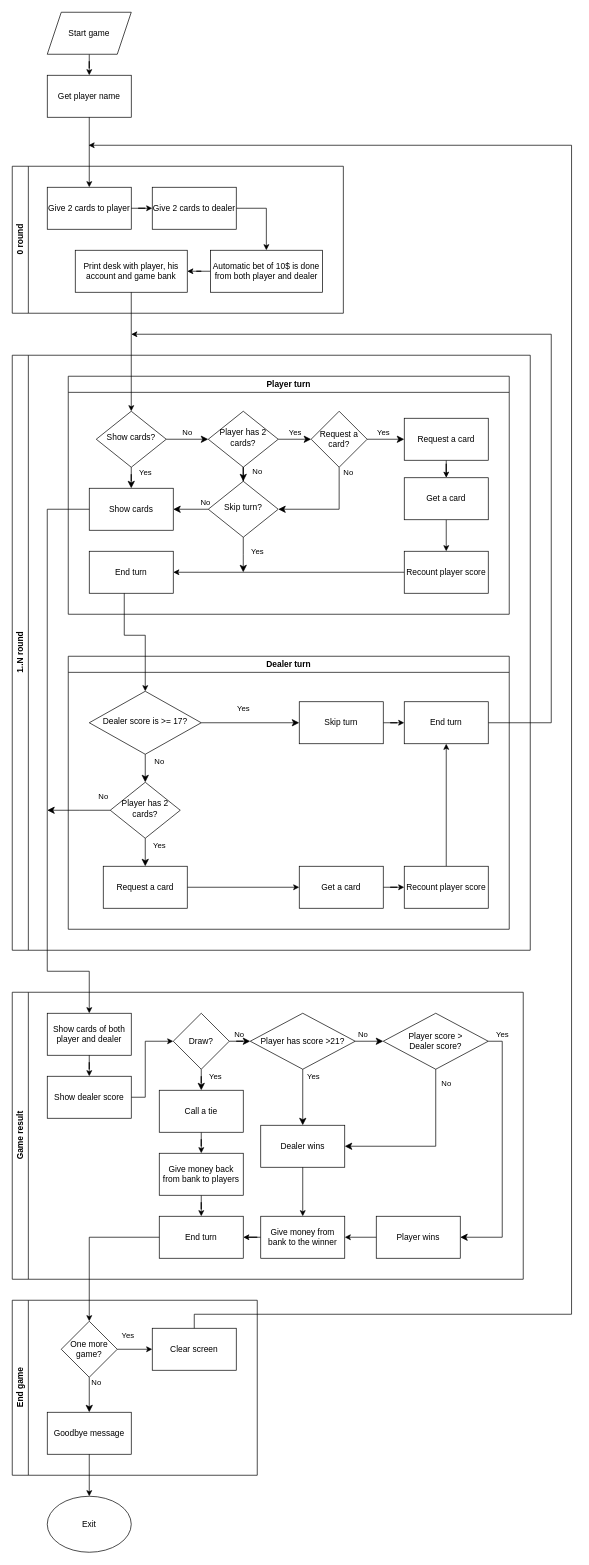
This is Diagrams/Game_flow.drawio from PrimusInterPares/BlackJack-game, a draw.io file, before an edit. Source tidied: cells renumbered, new cells numbered last; positions are measured from the earlier drawing's top-left corner, leaving out a move shared by most shapes. Both pictures are drawn from the tidied source at 70%, with x=0, y=0 at pixel (12, 12).
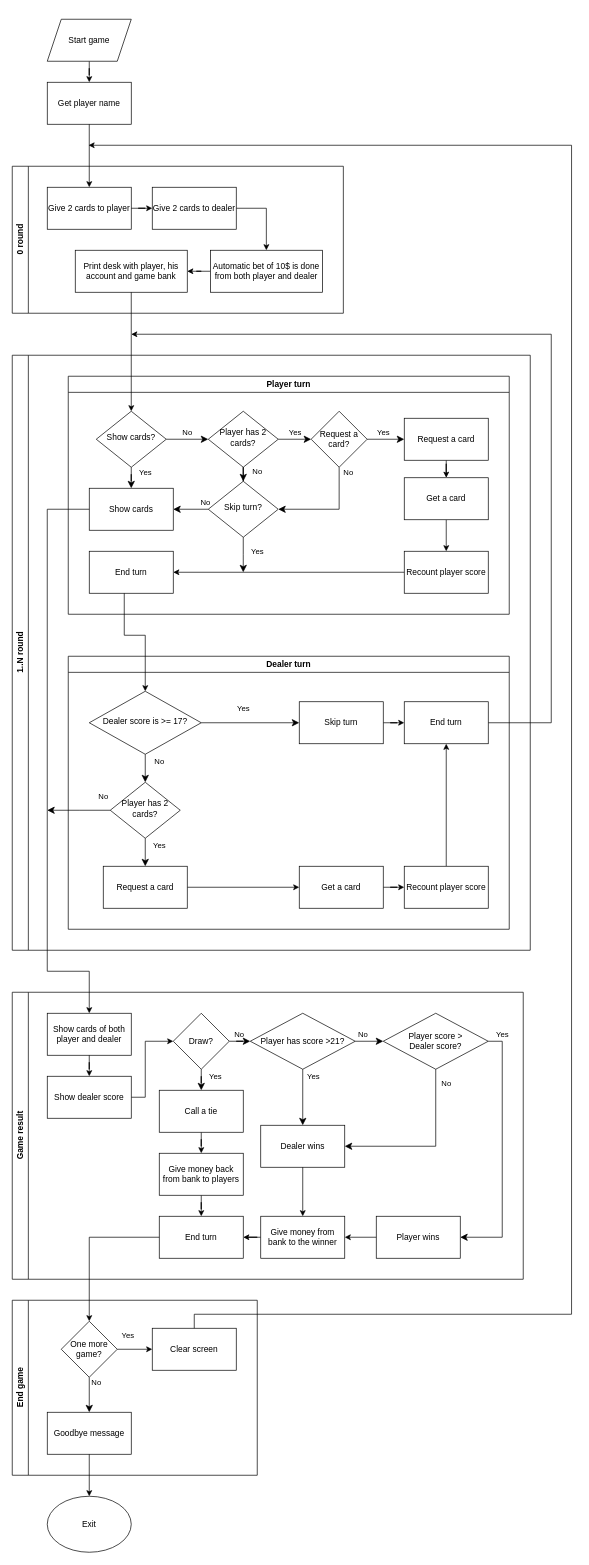
After the change.

The change refers to these unchanged cells:
```xml
<mxCell id="6" value="Give 2 cards to player" style="rounded=0;whiteSpace=wrap;html=1;" parent="5" vertex="1">
  <mxGeometry x="50" y="30" width="120" height="60" as="geometry" />
</mxCell>
```

The edit, as a diff of the source:
```diff
@@
     <mxCell id="4" value="Start game" style="shape=parallelogram;perimeter=parallelogramPerimeter;whiteSpace=wrap;html=1;fixedSize=1;" parent="1" vertex="1">
-      <mxGeometry x="50" width="120" height="60" as="geometry" />
+      <mxGeometry x="50" y="10" width="120" height="60" as="geometry" />
     </mxCell>
@@
     <mxCell id="93" value="Get player&amp;nbsp;name" style="rounded=0;whiteSpace=wrap;html=1;" parent="1" vertex="1">
-      <mxGeometry x="50" y="90" width="120" height="60" as="geometry" />
+      <mxGeometry x="50" y="100" width="120" height="60" as="geometry" />
     </mxCell>
-    <mxCell id="94" style="edgeStyle=orthogonalEdgeStyle;rounded=0;jettySize=auto;html=1;" parent="1" edge="1" source="93" target="6">
+    <mxCell id="94" style="rounded=0;jettySize=auto;html=1;edgeStyle=orthogonalEdgeStyle;" parent="1" edge="1" source="93" target="6">
       <mxGeometry relative="1" as="geometry" />
     </mxCell>
```
